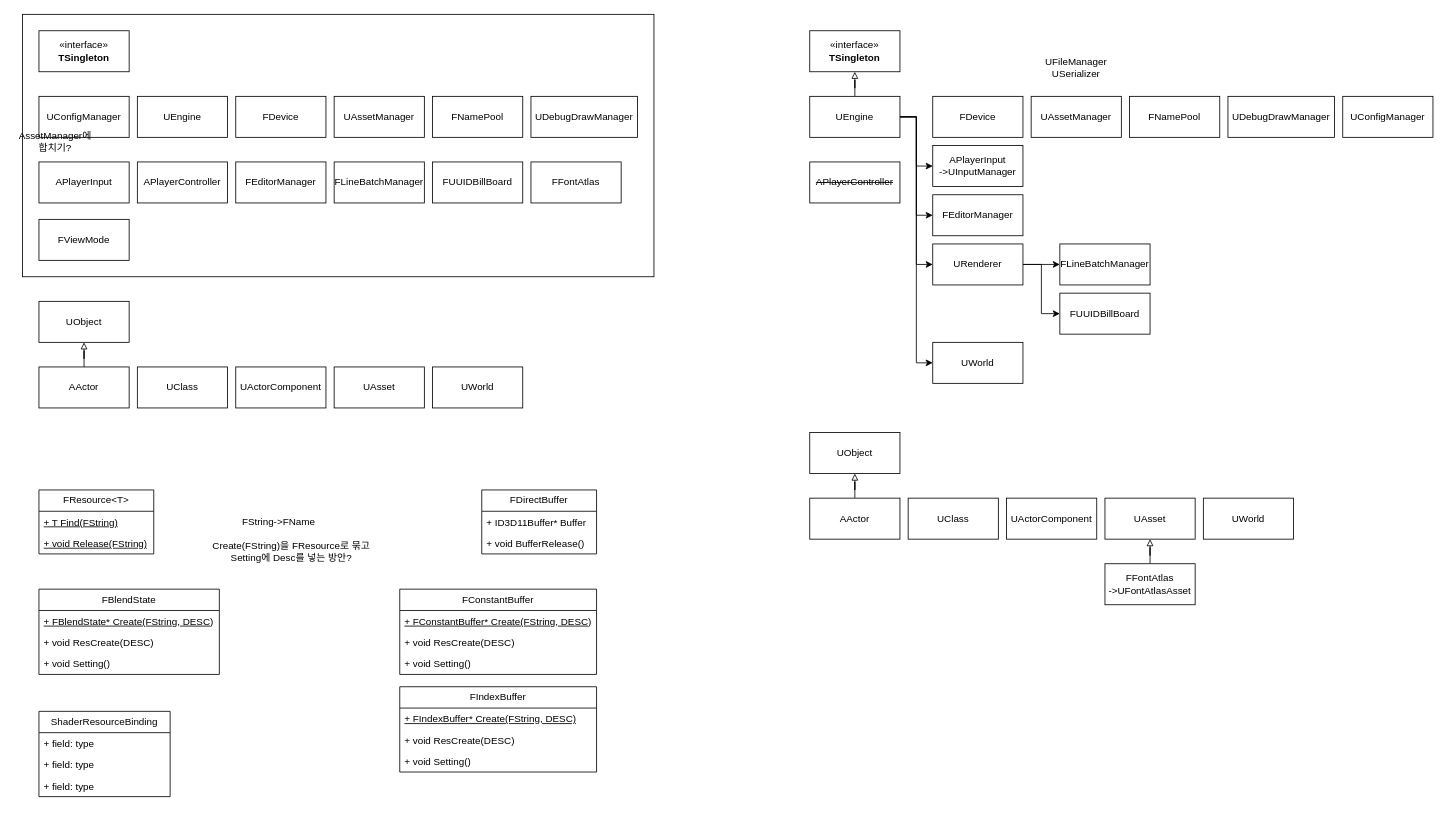
Above: page "페이지-1" (1 of 2) of classDIagram.drawio in botteyu1/Week2-Engine (draw.io), before the change. Source tidied: cells renumbered, new cells numbered last; positions are measured from the earlier drawing's top-left corner, leaving out a move shared by most shapes. Both pictures are drawn from the tidied source at 82%, with x=0, y=0 at pixel (14, 14).
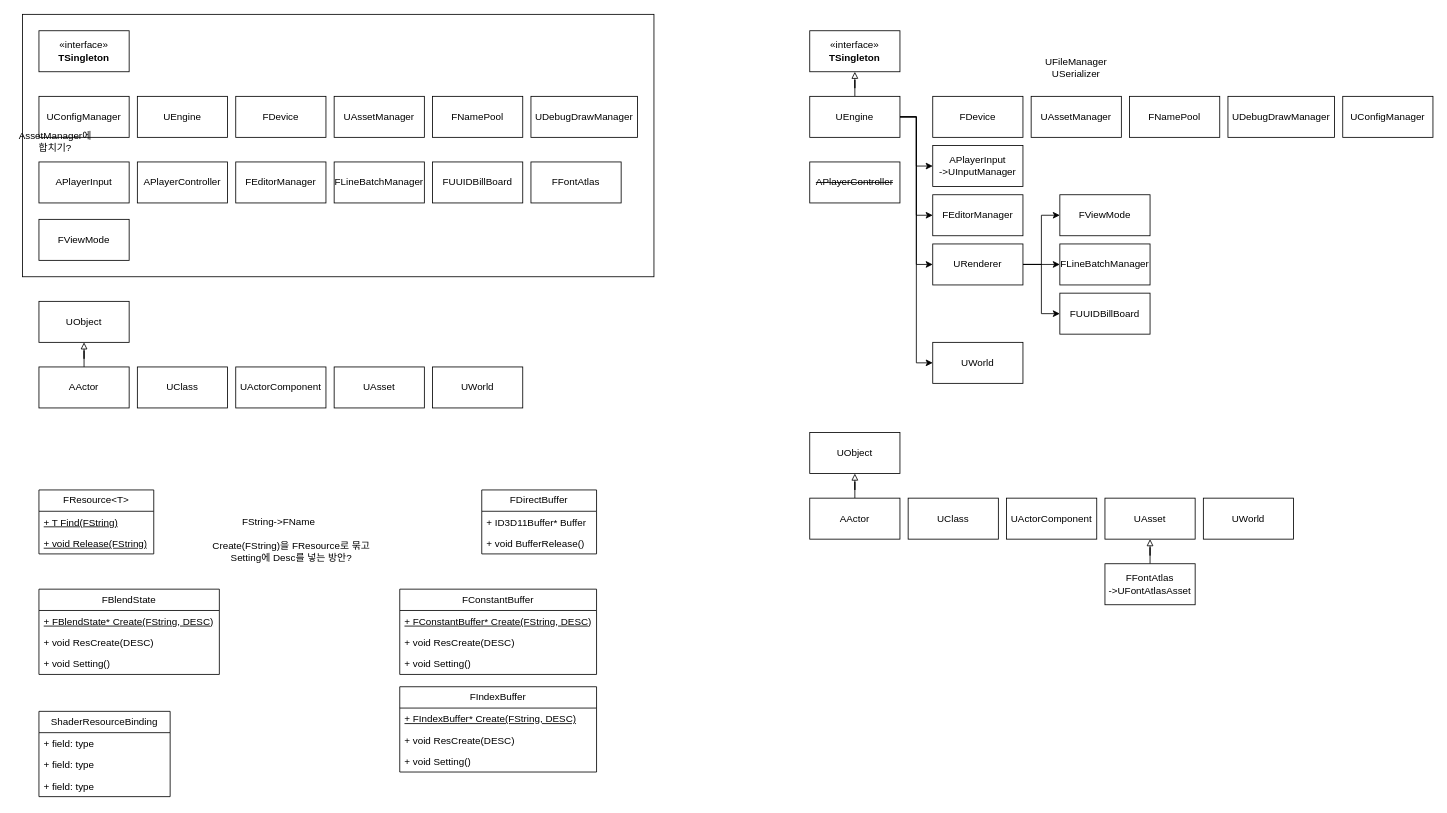
After the change.

The change refers to these unchanged cells:
```xml
<mxCell id="77" value="URenderer" style="html=1;whiteSpace=wrap;" parent="1" vertex="1">
  <mxGeometry x="1120" y="280" width="110" height="50" as="geometry" />
</mxCell>
```

Change to the diagram source:
```diff
@@
+    <mxCell id="80" style="edgeStyle=orthogonalEdgeStyle;rounded=0;jettySize=auto;html=1;entryX=0;entryY=0.5;entryDx=0;entryDy=0;" parent="1" edge="1" source="77" target="81">
+      <mxGeometry relative="1" as="geometry" />
+    </mxCell>
@@
+    <mxCell id="81" value="FViewMode" style="html=1;whiteSpace=wrap;" parent="1" vertex="1">
+      <mxGeometry x="1275" y="220" width="110" height="50" as="geometry" />
+    </mxCell>
```
